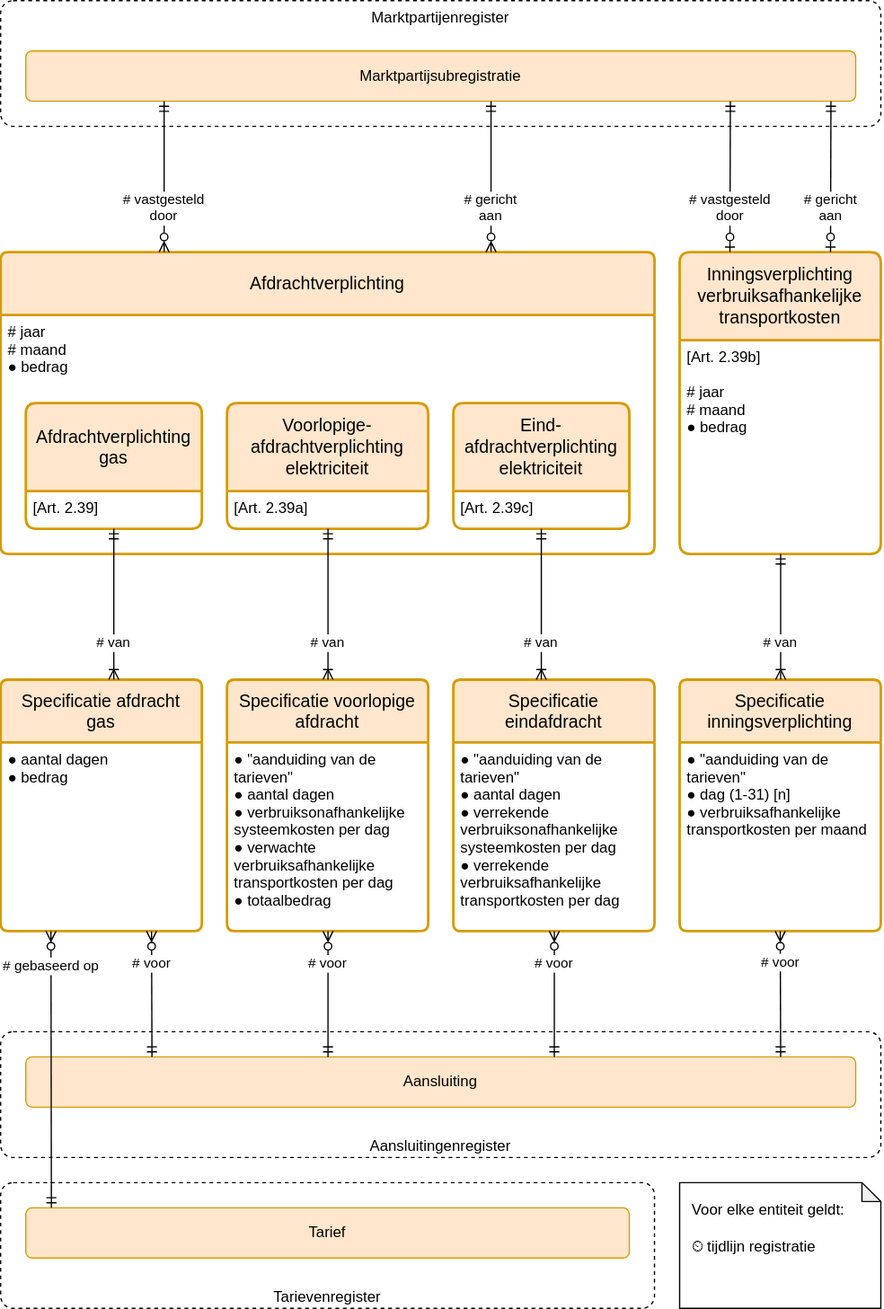
Above: registers/afdrachtverplichtingenregister/1.0/afdrachtverplichtingenregister.drawio.svg in Netbeheer-Nederland/stelsel (draw.io), before the change. Source tidied: cells renumbered, new cells last; positions are measured from the earlier drawing's top-left corner, leaving out a move shared by most shapes.
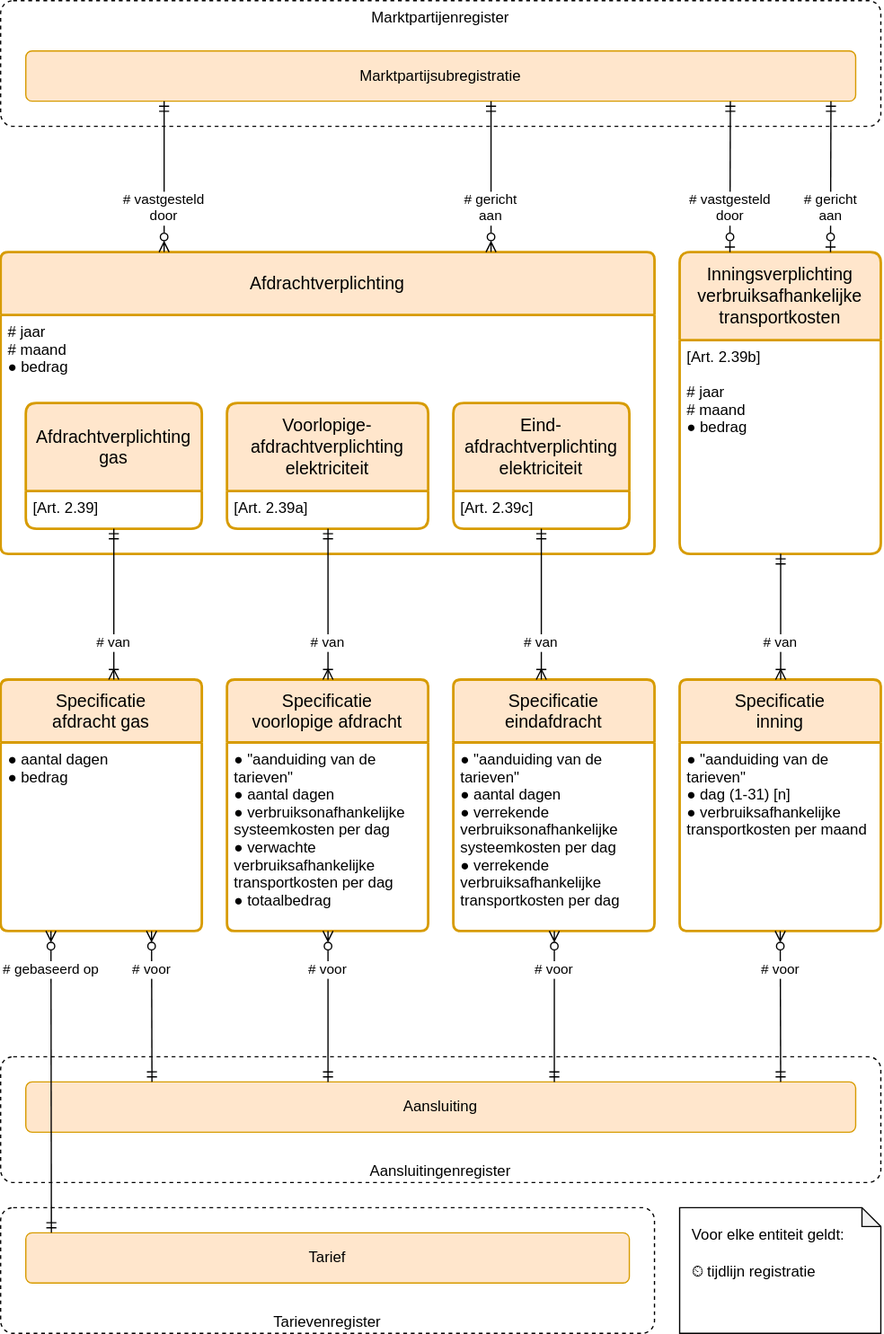
After the commit.

Commit message:
puntjes op de afdrachtverplichting

The edit, as a diff of the source:
```diff
@@ -32,17 +32,17 @@
     <mxCell id="11" value="# gericht&#10;aan" style="endArrow=ERmandOne;edgeStyle=elbowEdgeStyle;endFill=0;startArrow=ERzeroToMany;startFill=0;exitX=0.75;exitY=0;exitDx=0;exitDy=0;verticalAlign=bottom;" parent="1" edge="1" source="2" target="9">
       <mxGeometry x="-0.66" relative="1" as="geometry" />
     </mxCell>
-    <mxCell id="12" value="Specificatie voorlopige afdracht" style="swimlane;horizontal=1;startSize=50;rounded=1;fontSize=14;fontStyle=0;strokeWidth=2;shadow=0;dashed=0;align=center;arcSize=4;whiteSpace=wrap;spacing=10;fillColor=#ffe6cc;strokeColor=#d79b00;" parent="1" vertex="1">
+    <mxCell id="12" value="Specificatie&#10;voorlopige afdracht" style="swimlane;horizontal=1;startSize=50;rounded=1;fontSize=14;fontStyle=0;strokeWidth=2;shadow=0;dashed=0;align=center;arcSize=4;whiteSpace=wrap;spacing=10;fillColor=#ffe6cc;strokeColor=#d79b00;" parent="1" vertex="1">
       <mxGeometry x="180" y="540" width="160" height="200" as="geometry" />
     </mxCell>
     <mxCell id="13" value="● &quot;aanduiding van de&#10;   tarieven&quot;&#10;● aantal dagen&#10;● verbruiksonafhankelijke&#10;   systeemkosten per dag&#10;● verwachte&#10;   verbruiksafhankelijke&#10;   transportkosten per dag&#10;● totaalbedrag" style="align=left;strokeColor=none;fillColor=none;spacingLeft=4;fontSize=12;verticalAlign=top;" parent="12" vertex="1">
       <mxGeometry y="50" width="160" height="150" as="geometry" />
     </mxCell>
     <mxCell id="14" value="Aansluitingenregister" style="rounded=1;whiteSpace=wrap;absoluteArcSize=1;dashed=1;fillColor=default;verticalAlign=bottom;spacingLeft=10;spacingRight=10;" parent="1" vertex="1">
-      <mxGeometry y="820" width="700" height="100" as="geometry" />
+      <mxGeometry y="840" width="700" height="100" as="geometry" />
     </mxCell>
     <mxCell id="15" value="Aansluiting" style="rounded=1;arcSize=10;whiteSpace=wrap;align=center;absoluteArcSize=1;spacing=10;fillColor=#ffe6cc;strokeColor=#d79b00;" parent="1" vertex="1">
-      <mxGeometry x="20" y="840" width="660" height="40" as="geometry" />
+      <mxGeometry x="20" y="860" width="660" height="40" as="geometry" />
     </mxCell>
     <mxCell id="16" value="# voor" style="endArrow=ERmandOne;edgeStyle=elbowEdgeStyle;endFill=0;startArrow=ERzeroToMany;startFill=0;" parent="1" edge="1" source="12" target="15">
       <mxGeometry x="-0.5" relative="1" as="geometry" />
@@ -50,7 +50,7 @@
     <mxCell id="17" value="# van" style="endArrow=ERmandOne;edgeStyle=elbowEdgeStyle;endFill=0;startArrow=ERoneToMany;startFill=0;" parent="1" edge="1" source="12" target="4">
       <mxGeometry x="-0.5" relative="1" as="geometry" />
     </mxCell>
-    <mxCell id="18" value="Specificatie inningsverplichting" style="swimlane;horizontal=1;startSize=50;rounded=1;fontSize=14;fontStyle=0;strokeWidth=2;shadow=0;dashed=0;align=center;arcSize=4;whiteSpace=wrap;spacing=10;fillColor=#ffe6cc;strokeColor=#d79b00;" parent="1" vertex="1">
+    <mxCell id="18" value="Specificatie&#10;inning" style="swimlane;horizontal=1;startSize=50;rounded=1;fontSize=14;fontStyle=0;strokeWidth=2;shadow=0;dashed=0;align=center;arcSize=4;whiteSpace=wrap;spacing=10;fillColor=#ffe6cc;strokeColor=#d79b00;" parent="1" vertex="1">
       <mxGeometry x="540" y="540" width="160" height="200" as="geometry" />
     </mxCell>
     <mxCell id="19" value="● &quot;aanduiding van de&#10;   tarieven&quot;&#10;● dag (1-31) [n]&#10;● verbruiksafhankelijke&#10;   transportkosten per maand" style="align=left;strokeColor=none;fillColor=none;spacingLeft=4;fontSize=12;verticalAlign=top;" parent="18" vertex="1">
@@ -86,7 +86,7 @@
     <mxCell id="29" value="# gericht&#10;aan" style="endArrow=ERmandOne;edgeStyle=elbowEdgeStyle;endFill=0;startArrow=ERzeroToOne;startFill=0;exitX=0.75;exitY=0;exitDx=0;exitDy=0;verticalAlign=bottom;" parent="1" edge="1" source="20" target="9">
       <mxGeometry x="-0.66" relative="1" as="geometry" />
     </mxCell>
-    <mxCell id="30" value="Specificatie afdracht gas" style="swimlane;horizontal=1;startSize=50;rounded=1;fontSize=14;fontStyle=0;strokeWidth=2;shadow=0;dashed=0;align=center;arcSize=4;whiteSpace=wrap;spacing=10;fillColor=#ffe6cc;strokeColor=#d79b00;" parent="1" vertex="1">
+    <mxCell id="30" value="Specificatie&#10;afdracht gas" style="swimlane;horizontal=1;startSize=50;rounded=1;fontSize=14;fontStyle=0;strokeWidth=2;shadow=0;dashed=0;align=center;arcSize=4;whiteSpace=wrap;spacing=10;fillColor=#ffe6cc;strokeColor=#d79b00;" parent="1" vertex="1">
       <mxGeometry y="540" width="160" height="200" as="geometry" />
     </mxCell>
     <mxCell id="31" value="● aantal dagen&#10;● bedrag" style="align=left;strokeColor=none;fillColor=none;spacingLeft=4;fontSize=12;verticalAlign=top;" parent="30" vertex="1">
@@ -102,10 +102,10 @@
       <mxGeometry x="-0.5" relative="1" as="geometry" />
     </mxCell>
     <mxCell id="35" value="Tarievenregister" style="rounded=1;whiteSpace=wrap;absoluteArcSize=1;dashed=1;fillColor=default;verticalAlign=bottom;spacingLeft=10;spacingRight=10;" parent="1" vertex="1">
-      <mxGeometry y="940" width="520" height="100" as="geometry" />
+      <mxGeometry y="960" width="520" height="100" as="geometry" />
     </mxCell>
     <mxCell id="36" value="Tarief" style="rounded=1;arcSize=10;whiteSpace=wrap;align=center;absoluteArcSize=1;spacing=10;fillColor=#ffe6cc;strokeColor=#d79b00;" parent="1" vertex="1">
-      <mxGeometry x="20" y="960" width="480" height="40" as="geometry" />
+      <mxGeometry x="20" y="980" width="480" height="40" as="geometry" />
     </mxCell>
     <mxCell id="37" value="# van" style="endArrow=ERmandOne;edgeStyle=elbowEdgeStyle;endFill=0;startArrow=ERoneToMany;startFill=0;" parent="1" edge="1" source="30" target="32">
       <mxGeometry x="-0.5" relative="1" as="geometry" />
@@ -114,7 +114,7 @@
       <mxGeometry x="-0.75" relative="1" as="geometry" />
     </mxCell>
     <mxCell id="39" value="Voor elke entiteit geldt:&#10;&#10;⏲ tijdlijn registratie" style="shape=note;whiteSpace=wrap;backgroundOutline=1;darkOpacity=0.05;align=left;verticalAlign=top;spacing=10;size=15;" parent="1" vertex="1">
-      <mxGeometry x="540" y="940" width="160" height="100" as="geometry" />
+      <mxGeometry x="540" y="960" width="160" height="100" as="geometry" />
     </mxCell>
   </root>
 </mxGraphModel>
```
